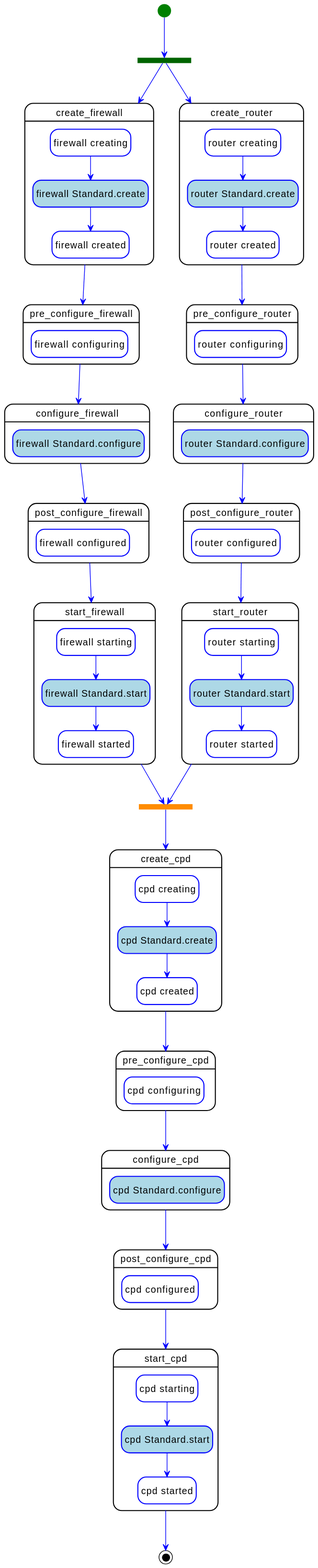
The PlantUML diagram examples/tosca-community-contributions/diagrams/uml2/examples-1.2-simple-for-nfv-simple-for-nfv-declarative_deploy-workflow-diagram.svg in Orange-OpenSource/Cloudnet-TOSCA-toolbox, before a commit. Its diagram source:
```plantuml
@startuml
hide empty description
skinparam shadowing false
skinparam state {
  ArrowColor blue
  BorderColor blue
  EndColor black
  StartColor green
  BackGroundColor<< step >> white
  BorderColor<< step >> black
  BackGroundColor<< delegate >> lightgrey
  BackGroundColor<< set_state >> white
  BackGroundColor<< call_operation >> lightblue
  BackGroundColor<< inline >> white
}
skinparam ActivityBarColor<<fork>> DarkGreen
skinparam ActivityBarColor<<join>> DarkOrange

state "create_cpd" as step_declarative_deploy_create_cpd << step >> {
  state "cpd creating" as step_declarative_deploy_create_cpd_cpd_creating << set_state >>
  state "cpd Standard.create" as step_declarative_deploy_create_cpd_cpd_Standard.create << call_operation >>
  state "cpd created" as step_declarative_deploy_create_cpd_cpd_created << set_state >>
  step_declarative_deploy_create_cpd_cpd_creating --> step_declarative_deploy_create_cpd_cpd_Standard.create
  step_declarative_deploy_create_cpd_cpd_Standard.create --> step_declarative_deploy_create_cpd_cpd_created
}
state "pre_configure_cpd" as step_declarative_deploy_pre_configure_cpd << step >> {
  state "cpd configuring" as step_declarative_deploy_pre_configure_cpd_cpd_configuring << set_state >>
}
state "configure_cpd" as step_declarative_deploy_configure_cpd << step >> {
  state "cpd Standard.configure" as step_declarative_deploy_configure_cpd_cpd_Standard.configure << call_operation >>
}
state "post_configure_cpd" as step_declarative_deploy_post_configure_cpd << step >> {
  state "cpd configured" as step_declarative_deploy_post_configure_cpd_cpd_configured << set_state >>
}
state "start_cpd" as step_declarative_deploy_start_cpd << step >> {
  state "cpd starting" as step_declarative_deploy_start_cpd_cpd_starting << set_state >>
  state "cpd Standard.start" as step_declarative_deploy_start_cpd_cpd_Standard.start << call_operation >>
  state "cpd started" as step_declarative_deploy_start_cpd_cpd_started << set_state >>
  step_declarative_deploy_start_cpd_cpd_starting --> step_declarative_deploy_start_cpd_cpd_Standard.start
  step_declarative_deploy_start_cpd_cpd_Standard.start --> step_declarative_deploy_start_cpd_cpd_started
}
state "create_firewall" as step_declarative_deploy_create_firewall << step >> {
  state "firewall creating" as step_declarative_deploy_create_firewall_firewall_creating << set_state >>
  state "firewall Standard.create" as step_declarative_deploy_create_firewall_firewall_Standard.create << call_operation >>
  state "firewall created" as step_declarative_deploy_create_firewall_firewall_created << set_state >>
  step_declarative_deploy_create_firewall_firewall_creating --> step_declarative_deploy_create_firewall_firewall_Standard.create
  step_declarative_deploy_create_firewall_firewall_Standard.create --> step_declarative_deploy_create_firewall_firewall_created
}
state "pre_configure_firewall" as step_declarative_deploy_pre_configure_firewall << step >> {
  state "firewall configuring" as step_declarative_deploy_pre_configure_firewall_firewall_configuring << set_state >>
}
state "configure_firewall" as step_declarative_deploy_configure_firewall << step >> {
  state "firewall Standard.configure" as step_declarative_deploy_configure_firewall_firewall_Standard.configure << call_operation >>
}
state "post_configure_firewall" as step_declarative_deploy_post_configure_firewall << step >> {
  state "firewall configured" as step_declarative_deploy_post_configure_firewall_firewall_configured << set_state >>
}
state "start_firewall" as step_declarative_deploy_start_firewall << step >> {
  state "firewall starting" as step_declarative_deploy_start_firewall_firewall_starting << set_state >>
  state "firewall Standard.start" as step_declarative_deploy_start_firewall_firewall_Standard.start << call_operation >>
  state "firewall started" as step_declarative_deploy_start_firewall_firewall_started << set_state >>
  step_declarative_deploy_start_firewall_firewall_starting --> step_declarative_deploy_start_firewall_firewall_Standard.start
  step_declarative_deploy_start_firewall_firewall_Standard.start --> step_declarative_deploy_start_firewall_firewall_started
}
state "create_router" as step_declarative_deploy_create_router << step >> {
  state "router creating" as step_declarative_deploy_create_router_router_creating << set_state >>
  state "router Standard.create" as step_declarative_deploy_create_router_router_Standard.create << call_operation >>
  state "router created" as step_declarative_deploy_create_router_router_created << set_state >>
  step_declarative_deploy_create_router_router_creating --> step_declarative_deploy_create_router_router_Standard.create
  step_declarative_deploy_create_router_router_Standard.create --> step_declarative_deploy_create_router_router_created
}
state "pre_configure_router" as step_declarative_deploy_pre_configure_router << step >> {
  state "router configuring" as step_declarative_deploy_pre_configure_router_router_configuring << set_state >>
}
state "configure_router" as step_declarative_deploy_configure_router << step >> {
  state "router Standard.configure" as step_declarative_deploy_configure_router_router_Standard.configure << call_operation >>
}
state "post_configure_router" as step_declarative_deploy_post_configure_router << step >> {
  state "router configured" as step_declarative_deploy_post_configure_router_router_configured << set_state >>
}
state "start_router" as step_declarative_deploy_start_router << step >> {
  state "router starting" as step_declarative_deploy_start_router_router_starting << set_state >>
  state "router Standard.start" as step_declarative_deploy_start_router_router_Standard.start << call_operation >>
  state "router started" as step_declarative_deploy_start_router_router_started << set_state >>
  step_declarative_deploy_start_router_router_starting --> step_declarative_deploy_start_router_router_Standard.start
  step_declarative_deploy_start_router_router_Standard.start --> step_declarative_deploy_start_router_router_started
}
  state step_declarative_deploy_create_cpd_join <<join>>
  step_declarative_deploy_create_cpd_join --> step_declarative_deploy_create_cpd
step_declarative_deploy_create_cpd --> step_declarative_deploy_pre_configure_cpd
step_declarative_deploy_pre_configure_cpd --> step_declarative_deploy_configure_cpd
step_declarative_deploy_configure_cpd --> step_declarative_deploy_post_configure_cpd
step_declarative_deploy_post_configure_cpd --> step_declarative_deploy_start_cpd
step_declarative_deploy_create_firewall --> step_declarative_deploy_pre_configure_firewall
step_declarative_deploy_pre_configure_firewall --> step_declarative_deploy_configure_firewall
step_declarative_deploy_configure_firewall --> step_declarative_deploy_post_configure_firewall
step_declarative_deploy_post_configure_firewall --> step_declarative_deploy_start_firewall
step_declarative_deploy_start_firewall --> step_declarative_deploy_create_cpd_join
step_declarative_deploy_create_router --> step_declarative_deploy_pre_configure_router
step_declarative_deploy_pre_configure_router --> step_declarative_deploy_configure_router
step_declarative_deploy_configure_router --> step_declarative_deploy_post_configure_router
step_declarative_deploy_post_configure_router --> step_declarative_deploy_start_router
step_declarative_deploy_start_router --> step_declarative_deploy_create_cpd_join
state declarative_deploy_fork <<fork>>
[*] --> declarative_deploy_fork
declarative_deploy_fork --> step_declarative_deploy_create_firewall
declarative_deploy_fork --> step_declarative_deploy_create_router
step_declarative_deploy_start_cpd --> [*]
@enduml
```
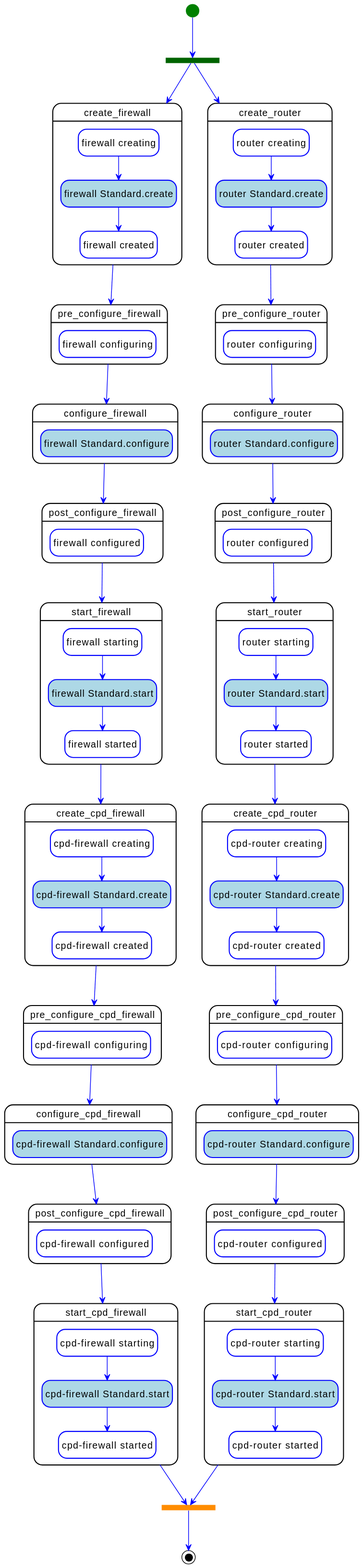
The same diagram one commit later.

Change to the diagram source:
```diff
@@ -16,28 +16,51 @@
 skinparam ActivityBarColor<<fork>> DarkGreen
 skinparam ActivityBarColor<<join>> DarkOrange
 
-state "create_cpd" as step_declarative_deploy_create_cpd << step >> {
-  state "cpd creating" as step_declarative_deploy_create_cpd_cpd_creating << set_state >>
-  state "cpd Standard.create" as step_declarative_deploy_create_cpd_cpd_Standard.create << call_operation >>
-  state "cpd created" as step_declarative_deploy_create_cpd_cpd_created << set_state >>
-  step_declarative_deploy_create_cpd_cpd_creating --> step_declarative_deploy_create_cpd_cpd_Standard.create
-  step_declarative_deploy_create_cpd_cpd_Standard.create --> step_declarative_deploy_create_cpd_cpd_created
+state "create_cpd_firewall" as step_declarative_deploy_create_cpd_firewall << step >> {
+  state "cpd-firewall creating" as step_declarative_deploy_create_cpd_firewall_cpd_firewall_creating << set_state >>
+  state "cpd-firewall Standard.create" as step_declarative_deploy_create_cpd_firewall_cpd_firewall_Standard.create << call_operation >>
+  state "cpd-firewall created" as step_declarative_deploy_create_cpd_firewall_cpd_firewall_created << set_state >>
+  step_declarative_deploy_create_cpd_firewall_cpd_firewall_creating --> step_declarative_deploy_create_cpd_firewall_cpd_firewall_Standard.create
+  step_declarative_deploy_create_cpd_firewall_cpd_firewall_Standard.create --> step_declarative_deploy_create_cpd_firewall_cpd_firewall_created
 }
-state "pre_configure_cpd" as step_declarative_deploy_pre_configure_cpd << step >> {
-  state "cpd configuring" as step_declarative_deploy_pre_configure_cpd_cpd_configuring << set_state >>
+state "pre_configure_cpd_firewall" as step_declarative_deploy_pre_configure_cpd_firewall << step >> {
+  state "cpd-firewall configuring" as step_declarative_deploy_pre_configure_cpd_firewall_cpd_firewall_configuring << set_state >>
 }
-state "configure_cpd" as step_declarative_deploy_configure_cpd << step >> {
-  state "cpd Standard.configure" as step_declarative_deploy_configure_cpd_cpd_Standard.configure << call_operation >>
+state "configure_cpd_firewall" as step_declarative_deploy_configure_cpd_firewall << step >> {
+  state "cpd-firewall Standard.configure" as step_declarative_deploy_configure_cpd_firewall_cpd_firewall_Standard.configure << call_operation >>
 }
-state "post_configure_cpd" as step_declarative_deploy_post_configure_cpd << step >> {
-  state "cpd configured" as step_declarative_deploy_post_configure_cpd_cpd_configured << set_state >>
+state "post_configure_cpd_firewall" as step_declarative_deploy_post_configure_cpd_firewall << step >> {
+  state "cpd-firewall configured" as step_declarative_deploy_post_configure_cpd_firewall_cpd_firewall_configured << set_state >>
 }
-state "start_cpd" as step_declarative_deploy_start_cpd << step >> {
-  state "cpd starting" as step_declarative_deploy_start_cpd_cpd_starting << set_state >>
-  state "cpd Standard.start" as step_declarative_deploy_start_cpd_cpd_Standard.start << call_operation >>
-  state "cpd started" as step_declarative_deploy_start_cpd_cpd_started << set_state >>
-  step_declarative_deploy_start_cpd_cpd_starting --> step_declarative_deploy_start_cpd_cpd_Standard.start
-  step_declarative_deploy_start_cpd_cpd_Standard.start --> step_declarative_deploy_start_cpd_cpd_started
+state "start_cpd_firewall" as step_declarative_deploy_start_cpd_firewall << step >> {
+  state "cpd-firewall starting" as step_declarative_deploy_start_cpd_firewall_cpd_firewall_starting << set_state >>
+  state "cpd-firewall Standard.start" as step_declarative_deploy_start_cpd_firewall_cpd_firewall_Standard.start << call_operation >>
+  state "cpd-firewall started" as step_declarative_deploy_start_cpd_firewall_cpd_firewall_started << set_state >>
+  step_declarative_deploy_start_cpd_firewall_cpd_firewall_starting --> step_declarative_deploy_start_cpd_firewall_cpd_firewall_Standard.start
+  step_declarative_deploy_start_cpd_firewall_cpd_firewall_Standard.start --> step_declarative_deploy_start_cpd_firewall_cpd_firewall_started
+}
+state "create_cpd_router" as step_declarative_deploy_create_cpd_router << step >> {
+  state "cpd-router creating" as step_declarative_deploy_create_cpd_router_cpd_router_creating << set_state >>
+  state "cpd-router Standard.create" as step_declarative_deploy_create_cpd_router_cpd_router_Standard.create << call_operation >>
+  state "cpd-router created" as step_declarative_deploy_create_cpd_router_cpd_router_created << set_state >>
+  step_declarative_deploy_create_cpd_router_cpd_router_creating --> step_declarative_deploy_create_cpd_router_cpd_router_Standard.create
+  step_declarative_deploy_create_cpd_router_cpd_router_Standard.create --> step_declarative_deploy_create_cpd_router_cpd_router_created
+}
+state "pre_configure_cpd_router" as step_declarative_deploy_pre_configure_cpd_router << step >> {
+  state "cpd-router configuring" as step_declarative_deploy_pre_configure_cpd_router_cpd_router_configuring << set_state >>
+}
+state "configure_cpd_router" as step_declarative_deploy_configure_cpd_router << step >> {
+  state "cpd-router Standard.configure" as step_declarative_deploy_configure_cpd_router_cpd_router_Standard.configure << call_operation >>
+}
+state "post_configure_cpd_router" as step_declarative_deploy_post_configure_cpd_router << step >> {
+  state "cpd-router configured" as step_declarative_deploy_post_configure_cpd_router_cpd_router_configured << set_state >>
+}
+state "start_cpd_router" as step_declarative_deploy_start_cpd_router << step >> {
+  state "cpd-router starting" as step_declarative_deploy_start_cpd_router_cpd_router_starting << set_state >>
+  state "cpd-router Standard.start" as step_declarative_deploy_start_cpd_router_cpd_router_Standard.start << call_operation >>
+  state "cpd-router started" as step_declarative_deploy_start_cpd_router_cpd_router_started << set_state >>
+  step_declarative_deploy_start_cpd_router_cpd_router_starting --> step_declarative_deploy_start_cpd_router_cpd_router_Standard.start
+  step_declarative_deploy_start_cpd_router_cpd_router_Standard.start --> step_declarative_deploy_start_cpd_router_cpd_router_started
 }
 state "create_firewall" as step_declarative_deploy_create_firewall << step >> {
   state "firewall creating" as step_declarative_deploy_create_firewall_firewall_creating << set_state >>
@@ -85,25 +108,30 @@
   step_declarative_deploy_start_router_router_starting --> step_declarative_deploy_start_router_router_Standard.start
   step_declarative_deploy_start_router_router_Standard.start --> step_declarative_deploy_start_router_router_started
 }
-  state step_declarative_deploy_create_cpd_join <<join>>
-  step_declarative_deploy_create_cpd_join --> step_declarative_deploy_create_cpd
-step_declarative_deploy_create_cpd --> step_declarative_deploy_pre_configure_cpd
-step_declarative_deploy_pre_configure_cpd --> step_declarative_deploy_configure_cpd
-step_declarative_deploy_configure_cpd --> step_declarative_deploy_post_configure_cpd
-step_declarative_deploy_post_configure_cpd --> step_declarative_deploy_start_cpd
+step_declarative_deploy_create_cpd_firewall --> step_declarative_deploy_pre_configure_cpd_firewall
+step_declarative_deploy_pre_configure_cpd_firewall --> step_declarative_deploy_configure_cpd_firewall
+step_declarative_deploy_configure_cpd_firewall --> step_declarative_deploy_post_configure_cpd_firewall
+step_declarative_deploy_post_configure_cpd_firewall --> step_declarative_deploy_start_cpd_firewall
+step_declarative_deploy_create_cpd_router --> step_declarative_deploy_pre_configure_cpd_router
+step_declarative_deploy_pre_configure_cpd_router --> step_declarative_deploy_configure_cpd_router
+step_declarative_deploy_configure_cpd_router --> step_declarative_deploy_post_configure_cpd_router
+step_declarative_deploy_post_configure_cpd_router --> step_declarative_deploy_start_cpd_router
 step_declarative_deploy_create_firewall --> step_declarative_deploy_pre_configure_firewall
 step_declarative_deploy_pre_configure_firewall --> step_declarative_deploy_configure_firewall
 step_declarative_deploy_configure_firewall --> step_declarative_deploy_post_configure_firewall
 step_declarative_deploy_post_configure_firewall --> step_declarative_deploy_start_firewall
-step_declarative_deploy_start_firewall --> step_declarative_deploy_create_cpd_join
+step_declarative_deploy_start_firewall --> step_declarative_deploy_create_cpd_firewall
 step_declarative_deploy_create_router --> step_declarative_deploy_pre_configure_router
 step_declarative_deploy_pre_configure_router --> step_declarative_deploy_configure_router
 step_declarative_deploy_configure_router --> step_declarative_deploy_post_configure_router
 step_declarative_deploy_post_configure_router --> step_declarative_deploy_start_router
-step_declarative_deploy_start_router --> step_declarative_deploy_create_cpd_join
+step_declarative_deploy_start_router --> step_declarative_deploy_create_cpd_router
 state declarative_deploy_fork <<fork>>
 [*] --> declarative_deploy_fork
 declarative_deploy_fork --> step_declarative_deploy_create_firewall
 declarative_deploy_fork --> step_declarative_deploy_create_router
-step_declarative_deploy_start_cpd --> [*]
+state declarative_deploy_join <<join>>
+declarative_deploy_join --> [*]
+step_declarative_deploy_start_cpd_firewall --> declarative_deploy_join
+step_declarative_deploy_start_cpd_router --> declarative_deploy_join
 @enduml
```
